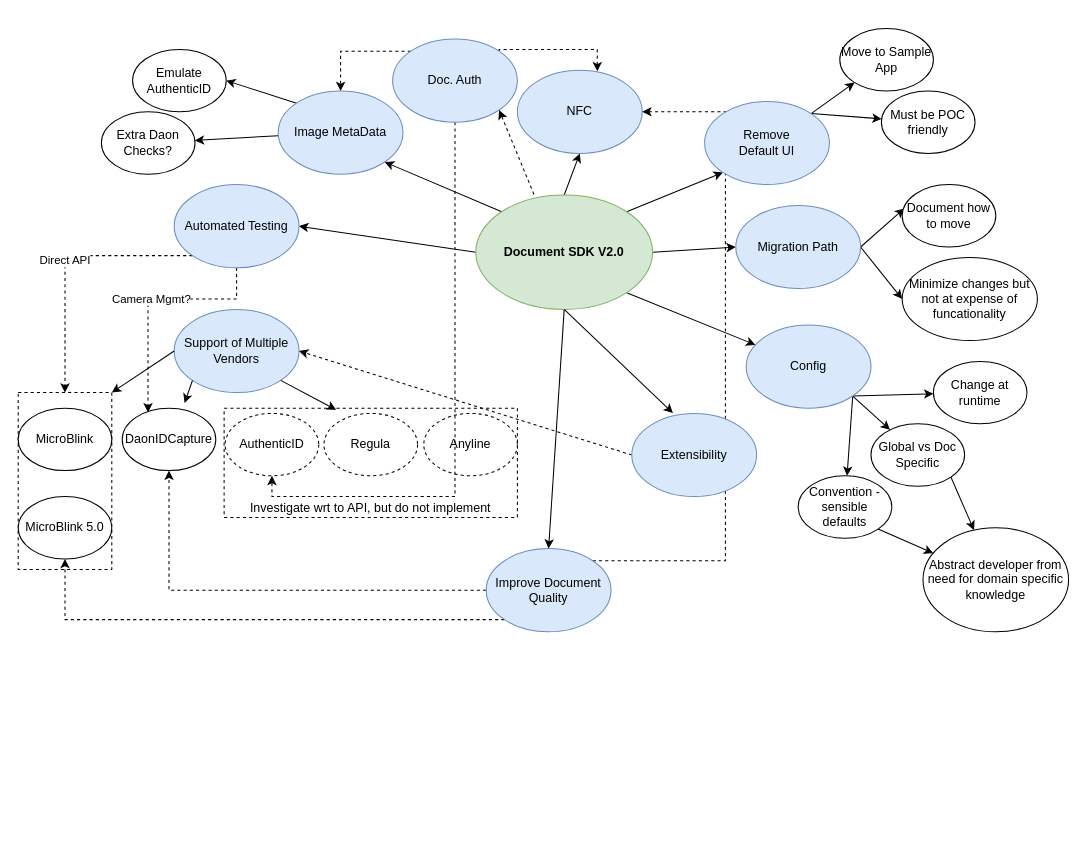
This is page "Document SDK 2.0 Mindmap" (1 of 5) of document-sdk-v2.drawio from acorcoran-daon/api-documentation, a draw.io file, before an edit. Source tidied: cells renumbered, new cells numbered last; positions are measured from the earlier drawing's top-left corner, leaving out a move shared by most shapes. Both pictures are drawn from the tidied source at 104%, with x=0, y=0 at pixel (18, 28).
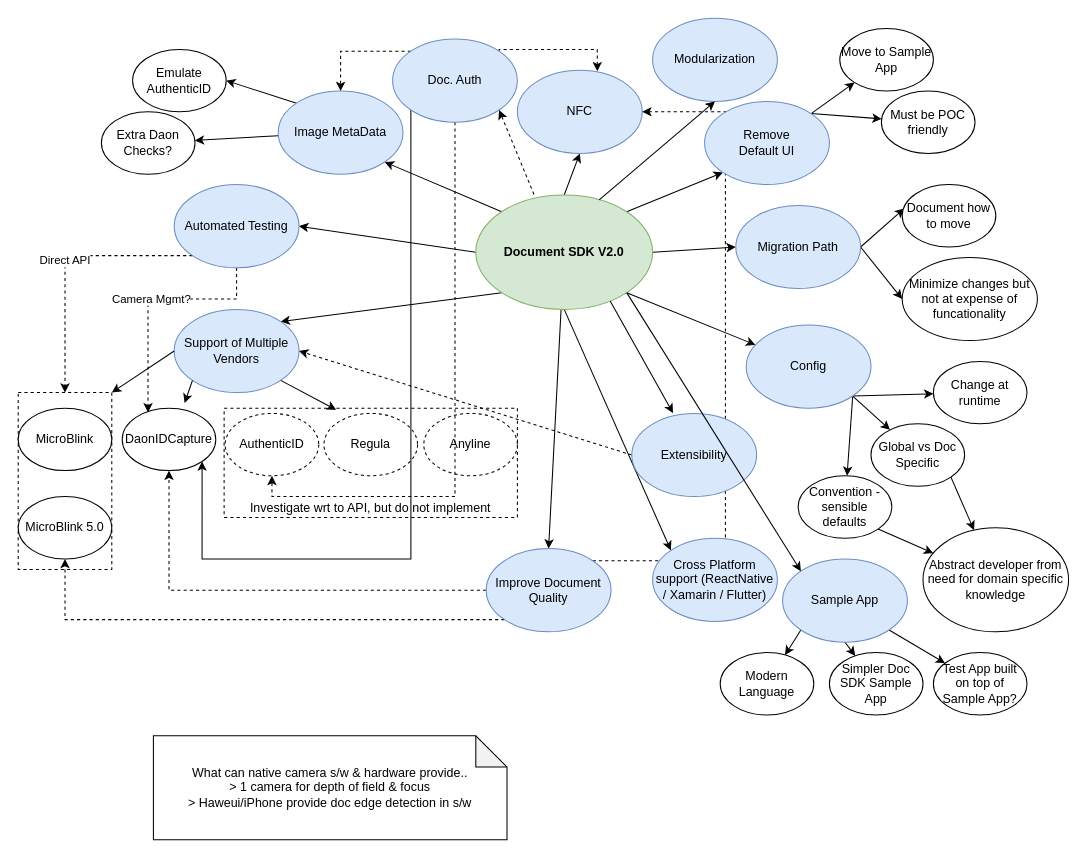
After the change.

Unchanged cells that the change refers to:
```xml
<mxCell id="11" value="&lt;b&gt;Document SDK V2.0&lt;/b&gt;" style="ellipse;whiteSpace=wrap;html=1;fillColor=#d5e8d4;strokeColor=#82b366;" parent="1" vertex="1">
  <mxGeometry x="440" y="160" width="170" height="110" as="geometry" />
</mxCell>
<mxCell id="12" value="Support of Multiple Vendors" style="ellipse;whiteSpace=wrap;html=1;fillColor=#dae8fc;strokeColor=#6c8ebf;" parent="1" vertex="1">
  <mxGeometry x="150" y="270" width="120" height="80" as="geometry" />
</mxCell>
<mxCell id="14" value="DaonIDCapture" style="ellipse;whiteSpace=wrap;html=1;" parent="1" vertex="1">
  <mxGeometry x="100" y="365" width="90" height="60" as="geometry" />
</mxCell>
<mxCell id="55" value="Improve Document Quality" style="ellipse;whiteSpace=wrap;html=1;fillColor=#dae8fc;strokeColor=#6c8ebf;" parent="1" vertex="1">
  <mxGeometry x="450" y="500" width="120" height="80" as="geometry" />
</mxCell>
<mxCell id="59" value="Doc. Auth" style="ellipse;whiteSpace=wrap;html=1;fillColor=#dae8fc;strokeColor=#6c8ebf;" parent="1" vertex="1">
  <mxGeometry x="360" y="10" width="120" height="80" as="geometry" />
</mxCell>
<mxCell id="60" value="Extensibility" style="ellipse;whiteSpace=wrap;html=1;fillColor=#dae8fc;strokeColor=#6c8ebf;" parent="1" vertex="1">
  <mxGeometry x="590" y="370" width="120" height="80" as="geometry" />
</mxCell>
```

What changed in the source:
```diff
@@
-    <mxCell id="10" style="edgeStyle=none;rounded=0;jettySize=auto;html=1;exitX=0.5;exitY=1;exitDx=0;exitDy=0;entryX=0.5;entryY=0;entryDx=0;entryDy=0;" parent="1" edge="1" source="11" target="55">
-      <mxGeometry relative="1" as="geometry" />
+    <mxCell id="10" style="edgeStyle=none;rounded=0;jettySize=auto;html=1;entryX=0.5;entryY=0;entryDx=0;entryDy=0;" parent="1" edge="1" target="55">
+      <mxGeometry relative="1" as="geometry">
+        <mxPoint x="522" y="270" as="sourcePoint" />
+      </mxGeometry>
     </mxCell>
+    <mxCell id="63" style="rounded=0;jettySize=auto;html=1;exitX=0;exitY=1;exitDx=0;exitDy=0;entryX=1;entryY=0;entryDx=0;entryDy=0;endArrow=classic;endFill=1;" parent="1" edge="1" source="11" target="12">
+      <mxGeometry relative="1" as="geometry" />
+    </mxCell>
+    <mxCell id="64" style="edgeStyle=none;rounded=0;jettySize=auto;html=1;exitX=0.5;exitY=1;exitDx=0;exitDy=0;entryX=0;entryY=0;entryDx=0;entryDy=0;endArrow=classic;endFill=1;" parent="1" edge="1" source="11" target="66">
+      <mxGeometry relative="1" as="geometry" />
+    </mxCell>
@@
-    <mxCell id="29" style="endArrow=classic;html=1;exitX=0.5;exitY=1;exitDx=0;exitDy=0;entryX=0.33;entryY=-0.003;entryDx=0;entryDy=0;entryPerimeter=0;" parent="1" edge="1" source="11" target="60">
+    <mxCell id="29" style="endArrow=classic;html=1;exitX=0.76;exitY=0.926;exitDx=0;exitDy=0;entryX=0.33;entryY=-0.003;entryDx=0;entryDy=0;entryPerimeter=0;exitPerimeter=0;" parent="1" edge="1" source="11" target="60">
       <mxGeometry relative="1" as="geometry" />
     </mxCell>
@@
+    <mxCell id="65" style="edgeStyle=orthogonalEdgeStyle;rounded=0;jettySize=auto;html=1;exitX=0;exitY=1;exitDx=0;exitDy=0;entryX=1;entryY=1;entryDx=0;entryDy=0;endArrow=classic;endFill=1;" parent="1" edge="1" source="59" target="14">
+      <mxGeometry relative="1" as="geometry">
+        <Array as="points">
+          <mxPoint x="377" y="510" />
+          <mxPoint x="176" y="510" />
+        </Array>
+      </mxGeometry>
+    </mxCell>
@@
+    <mxCell id="66" value="Cross Platform support (ReactNative / Xamarin / Flutter)" style="ellipse;whiteSpace=wrap;html=1;fillColor=#dae8fc;strokeColor=#6c8ebf;" parent="1" vertex="1">
+      <mxGeometry x="610" y="490" width="120" height="80" as="geometry" />
+    </mxCell>
+    <mxCell id="67" value="Modularization" style="ellipse;whiteSpace=wrap;html=1;fillColor=#dae8fc;strokeColor=#6c8ebf;" parent="1" vertex="1">
+      <mxGeometry x="610" y="-10" width="120" height="80" as="geometry" />
+    </mxCell>
+    <mxCell id="68" style="endArrow=classic;html=1;exitX=0.698;exitY=0.043;exitDx=0;exitDy=0;exitPerimeter=0;entryX=0.5;entryY=1;entryDx=0;entryDy=0;" parent="1" edge="1" source="11" target="67">
+      <mxGeometry relative="1" as="geometry" />
+    </mxCell>
+    <mxCell id="69" style="edgeStyle=none;rounded=0;jettySize=auto;html=1;exitX=0;exitY=1;exitDx=0;exitDy=0;endArrow=classic;endFill=1;" parent="1" edge="1" source="72" target="73">
+      <mxGeometry relative="1" as="geometry" />
+    </mxCell>
+    <mxCell id="70" style="edgeStyle=none;rounded=0;jettySize=auto;html=1;exitX=0.5;exitY=1;exitDx=0;exitDy=0;endArrow=classic;endFill=1;" parent="1" edge="1" source="72" target="74">
+      <mxGeometry relative="1" as="geometry" />
+    </mxCell>
+    <mxCell id="71" style="edgeStyle=none;rounded=0;jettySize=auto;html=1;exitX=1;exitY=1;exitDx=0;exitDy=0;endArrow=classic;endFill=1;" parent="1" edge="1" source="72" target="75">
+      <mxGeometry relative="1" as="geometry" />
+    </mxCell>
+    <mxCell id="72" value="Sample App" style="ellipse;whiteSpace=wrap;html=1;fillColor=#dae8fc;strokeColor=#6c8ebf;" parent="1" vertex="1">
+      <mxGeometry x="735" y="510" width="120" height="80" as="geometry" />
+    </mxCell>
+    <mxCell id="73" value="Modern Language" style="ellipse;whiteSpace=wrap;html=1;" parent="1" vertex="1">
+      <mxGeometry x="675" y="600" width="90" height="60" as="geometry" />
+    </mxCell>
+    <mxCell id="74" value="Simpler Doc SDK Sample App" style="ellipse;whiteSpace=wrap;html=1;" parent="1" vertex="1">
+      <mxGeometry x="780" y="600" width="90" height="60" as="geometry" />
+    </mxCell>
+    <mxCell id="75" value="Test App built on top of Sample App?" style="ellipse;whiteSpace=wrap;html=1;" parent="1" vertex="1">
+      <mxGeometry x="880" y="600" width="90" height="60" as="geometry" />
+    </mxCell>
+    <mxCell id="76" style="endArrow=classic;html=1;exitX=1;exitY=1;exitDx=0;exitDy=0;entryX=0;entryY=0;entryDx=0;entryDy=0;" parent="1" edge="1" source="11" target="72">
+      <mxGeometry relative="1" as="geometry" />
+    </mxCell>
+    <mxCell id="77" value="What can native camera s/w &amp;amp; hardware provide..&lt;br&gt;&amp;gt; 1 camera for depth of field &amp;amp; focus&lt;br&gt;&amp;gt; Haweui/iPhone provide doc edge detection in s/w" style="shape=note;whiteSpace=wrap;html=1;backgroundOutline=1;darkOpacity=0.05;" parent="1" vertex="1">
+      <mxGeometry x="130" y="680" width="340" height="100" as="geometry" />
+    </mxCell>
```
